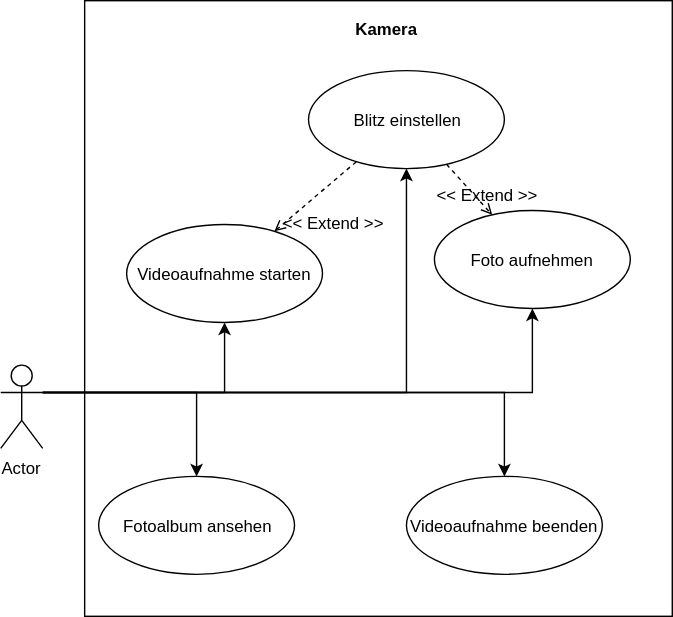
sweIhm/sweiproject-tg1a-1 keeps this draw.io diagram as abgabe2/Aufgabe1.svg. Above is the earlier version. Source tidied: cells renumbered, new cells last; positions are measured from the earlier drawing's top-left corner, leaving out a move shared by most shapes.
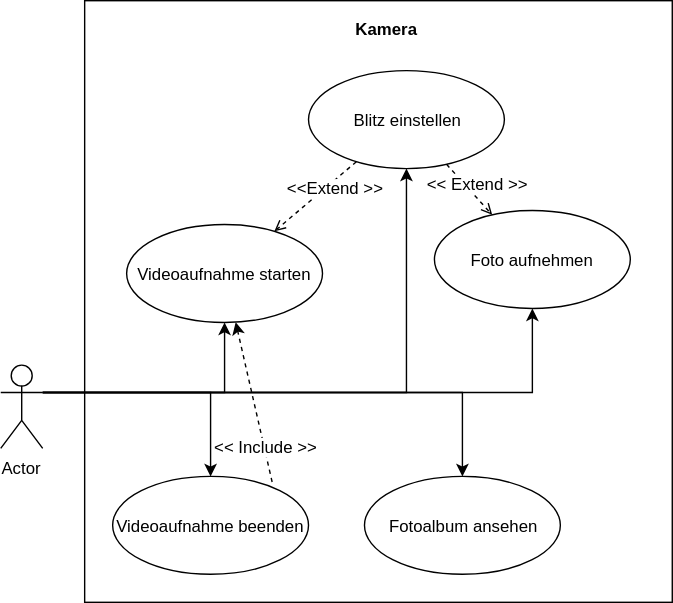
Later version of the same file.

What changed in the source:
```diff
@@ -31,31 +31,39 @@
       <mxGeometry x="90" y="160" width="140" height="70" as="geometry" />
     </mxCell>
     <mxCell id="10" value="Videoaufnahme beenden" style="ellipse;whiteSpace=wrap;html=1;" parent="1" vertex="1">
-      <mxGeometry x="290" y="340" width="140" height="70" as="geometry" />
+      <mxGeometry x="80" y="340" width="140" height="70" as="geometry" />
     </mxCell>
     <mxCell id="11" value="Blitz einstellen" style="ellipse;whiteSpace=wrap;html=1;" parent="1" vertex="1">
       <mxGeometry x="220" y="50" width="140" height="70" as="geometry" />
     </mxCell>
     <mxCell id="12" value="Fotoalbum ansehen" style="ellipse;whiteSpace=wrap;html=1;" parent="1" vertex="1">
-      <mxGeometry x="70" y="340" width="140" height="70" as="geometry" />
+      <mxGeometry x="260" y="340" width="140" height="70" as="geometry" />
     </mxCell>
-    <mxCell id="13" value="&amp;lt;&amp;lt; Extend &amp;gt;&amp;gt;" style="text;html=1;align=left;verticalAlign=top;spacingTop=-4;" parent="1" vertex="1">
-      <mxGeometry x="200" y="150" width="90" height="20" as="geometry" />
-    </mxCell>
     <mxCell id="14" style="endArrow=open;html=1;endFill=0;dashed=1;" parent="1" edge="1" source="11" target="9">
       <mxGeometry relative="1" as="geometry" />
     </mxCell>
+    <mxCell id="19" value="&amp;lt;&amp;lt;Extend &amp;gt;&amp;gt;" style="text;html=1;align=center;verticalAlign=middle;labelBackgroundColor=#ffffff;" parent="14" vertex="1">
+      <mxGeometry x="-0.4" y="4" relative="1" as="geometry" />
+    </mxCell>
     <mxCell id="15" style="endArrow=open;html=1;endFill=0;dashed=1;" parent="1" edge="1" source="11" target="8">
       <mxGeometry relative="1" as="geometry" />
     </mxCell>
-    <mxCell id="16" value="&amp;lt;&amp;lt; Extend &amp;gt;&amp;gt;" style="text;html=1;align=left;verticalAlign=top;spacingTop=-4;" parent="1" vertex="1">
-      <mxGeometry x="310" y="130" width="90" height="20" as="geometry" />
-    </mxCell>
+    <mxCell id="20" value="&amp;lt;&amp;lt; Extend &amp;gt;&amp;gt;" style="text;html=1;align=center;verticalAlign=middle;labelBackgroundColor=#ffffff;" parent="15" vertex="1">
+      <mxGeometry x="0.43" y="4" relative="1" as="geometry">
+        <mxPoint x="-5" y="-10" as="offset" />
+      </mxGeometry>
+    </mxCell>
     <mxCell id="17" style="rounded=0;whiteSpace=wrap;html=1;fillColor=none;" parent="1" vertex="1">
-      <mxGeometry x="60" width="420" height="440" as="geometry" />
+      <mxGeometry x="60" width="420" height="430" as="geometry" />
     </mxCell>
     <mxCell id="18" value="Kamera" style="text;html=1;strokeColor=none;fillColor=none;align=center;verticalAlign=middle;whiteSpace=wrap;rounded=0;fontStyle=1;" parent="1" vertex="1">
       <mxGeometry x="250" y="10" width="50" height="20" as="geometry" />
     </mxCell>
+    <mxCell id="21" style="endArrow=classic;html=1;dashed=1;exitX=0.814;exitY=0.057;exitPerimeter=0;" parent="1" edge="1" source="10" target="9">
+      <mxGeometry relative="1" as="geometry" />
+    </mxCell>
+    <mxCell id="22" value="&amp;lt;&amp;lt; Include &amp;gt;&amp;gt;" style="text;html=1;align=center;verticalAlign=middle;labelBackgroundColor=#ffffff;" parent="21" vertex="1">
+      <mxGeometry x="-0.55" y="-1" relative="1" as="geometry" />
+    </mxCell>
   </root>
 </mxGraphModel>
```
